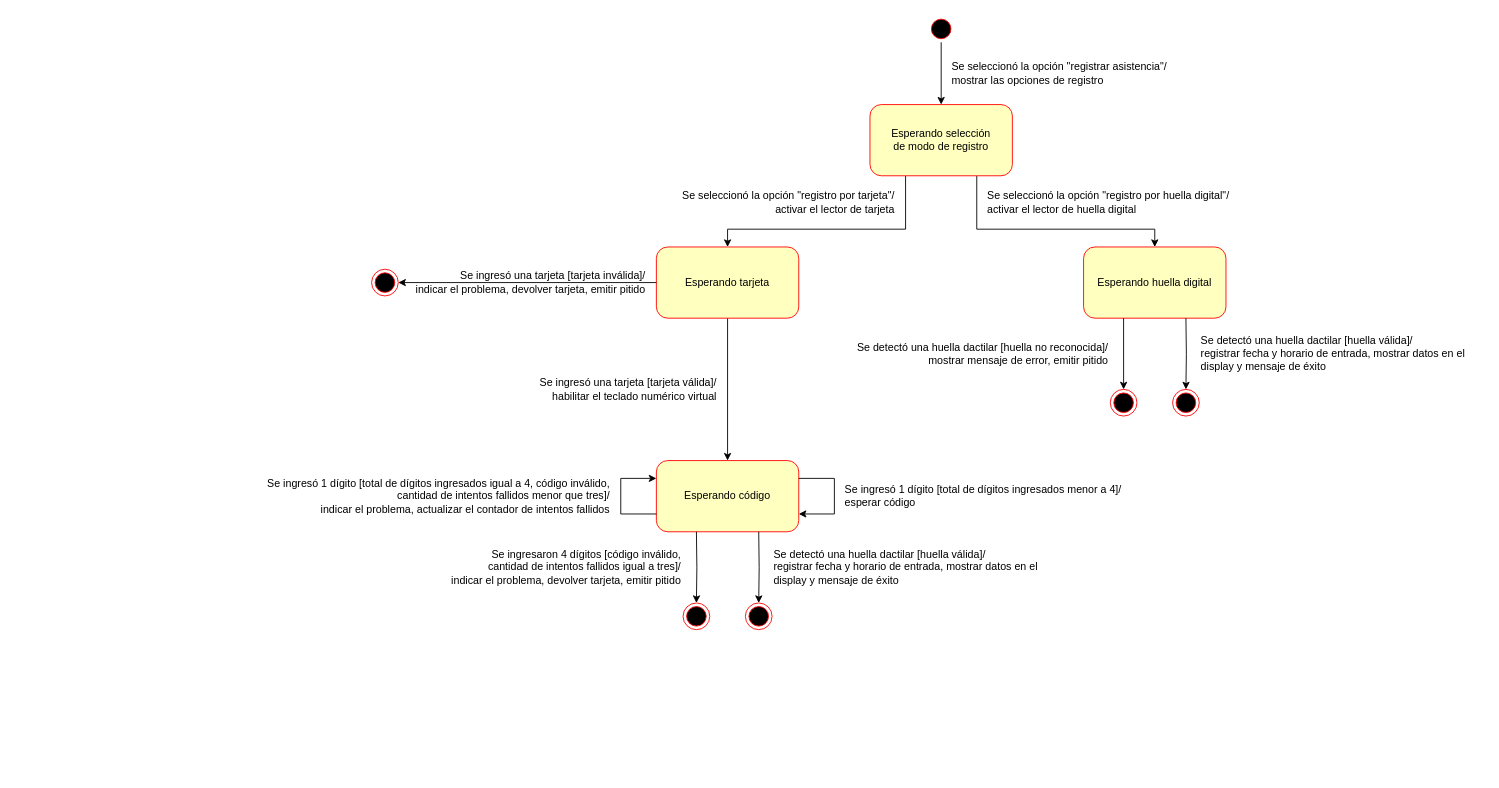
The draw.io diagram ejercicio_5.drawio in mvalleym/ing_software1, before the edit. Source tidied: cells renumbered, new cells numbered last; positions are measured from the earlier drawing's top-left corner, leaving out a move shared by most shapes. Both pictures are drawn from the tidied source at 89%, with x=0, y=0 at pixel (15, 15).
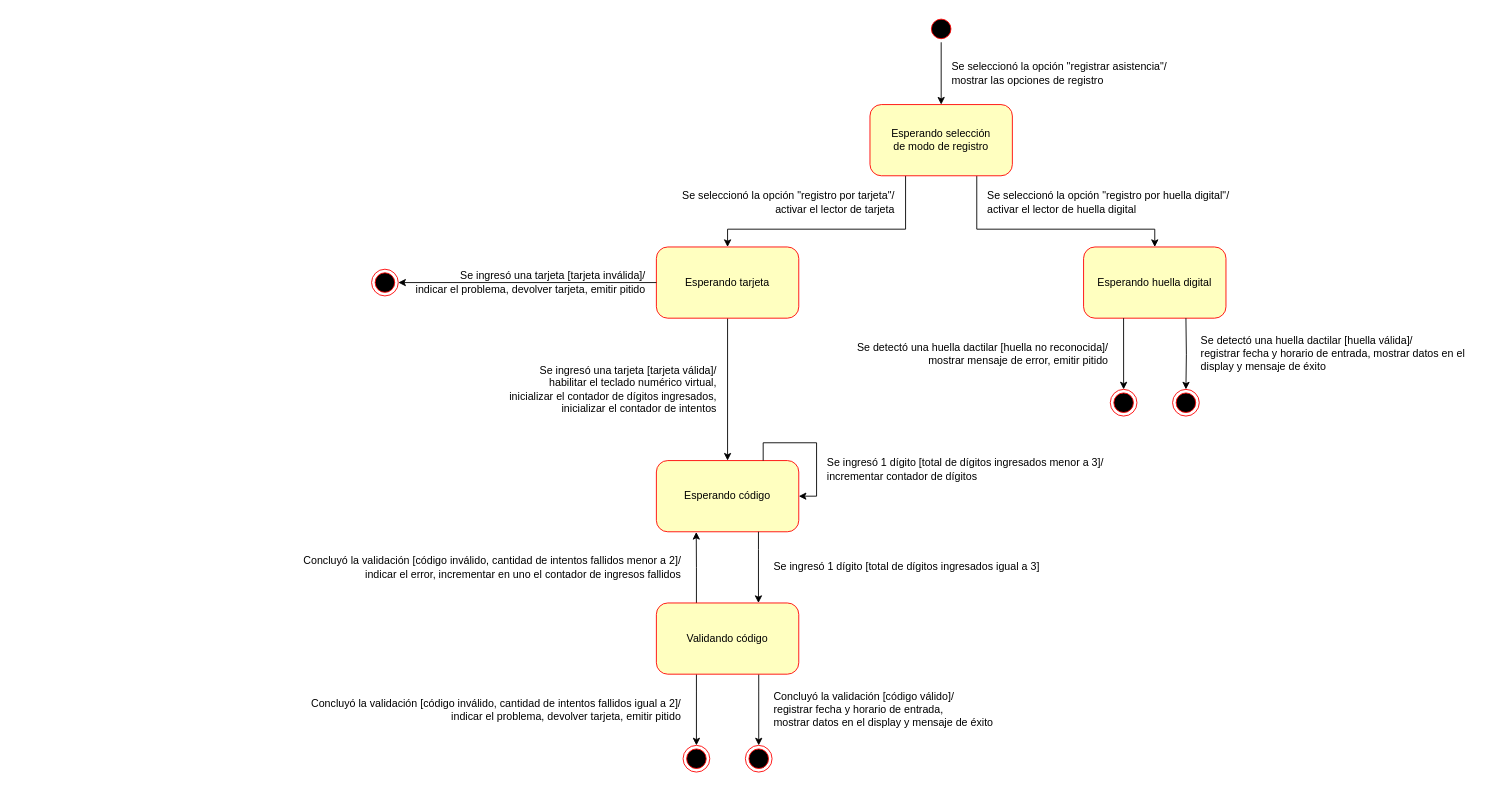
The same diagram, later.

The change refers to these unchanged cells:
```xml
<mxCell id="16" value="Esperando código" style="rounded=1;whiteSpace=wrap;html=1;arcSize=16;fontColor=#000000;fillColor=#ffffc0;strokeColor=#ff0000;" parent="1" vertex="1">
  <mxGeometry x="720" y="500" width="160" height="80" as="geometry" />
</mxCell>
```

The edit, as a diff of the source:
```diff
@@
-    <mxCell id="17" style="edgeStyle=orthogonalEdgeStyle;rounded=0;orthogonalLoop=1;jettySize=auto;html=1;entryX=0;entryY=0.25;entryDx=0;entryDy=0;exitX=0;exitY=0.75;exitDx=0;exitDy=0;" parent="1" edge="1" source="16" target="16">
-      <mxGeometry relative="1" as="geometry">
-        <Array as="points">
-          <mxPoint x="680" y="560" />
-          <mxPoint x="680" y="520" />
-        </Array>
-      </mxGeometry>
-    </mxCell>
@@
-    <mxCell id="20" value="&lt;div align=&quot;right&quot;&gt;Se ingresó una tarjeta [tarjeta válida]/&lt;/div&gt;&lt;div align=&quot;right&quot;&gt;habilitar el teclado numérico virtual&lt;br&gt;&lt;/div&gt;" style="text;html=1;strokeColor=none;fillColor=none;align=right;verticalAlign=middle;whiteSpace=wrap;rounded=0;" parent="1" vertex="1">
-      <mxGeometry x="470" y="400" width="320" height="40" as="geometry" />
+    <mxCell id="20" value="&lt;div align=&quot;right&quot;&gt;Se ingresó una tarjeta [tarjeta válida]/&lt;/div&gt;&lt;div align=&quot;right&quot;&gt;habilitar el teclado numérico virtual,&lt;/div&gt;&lt;div align=&quot;right&quot;&gt;inicializar el contador de dígitos ingresados,&lt;/div&gt;&lt;div align=&quot;right&quot;&gt;inicializar el contador de intentos&lt;br&gt;&lt;/div&gt;" style="text;html=1;strokeColor=none;fillColor=none;align=right;verticalAlign=middle;whiteSpace=wrap;rounded=0;" parent="1" vertex="1">
+      <mxGeometry x="330" y="400" width="460" height="40" as="geometry" />
     </mxCell>
-    <mxCell id="21" value="&lt;div align=&quot;right&quot;&gt;Se ingresó 1 dígito [total de dígitos ingresados igual a 4, código inválido,&lt;/div&gt;&lt;div align=&quot;right&quot;&gt;cantidad de intentos fallidos menor que tres]/&lt;/div&gt;&lt;div align=&quot;right&quot;&gt;indicar el problema, actualizar el contador de intentos fallidos&lt;br&gt;&lt;/div&gt;" style="text;html=1;strokeColor=none;fillColor=none;align=right;verticalAlign=middle;whiteSpace=wrap;rounded=0;" parent="1" vertex="1">
-      <mxGeometry y="520" width="670" height="40" as="geometry" />
-    </mxCell>
     <mxCell id="22" style="ellipse;html=1;shape=endState;fillColor=#000000;strokeColor=#ff0000;" parent="1" vertex="1">
-      <mxGeometry x="750" y="660" width="30" height="30" as="geometry" />
+      <mxGeometry x="750" y="820" width="30" height="30" as="geometry" />
     </mxCell>
-    <mxCell id="23" style="edgeStyle=orthogonalEdgeStyle;rounded=0;jettySize=auto;html=1;" parent="1" edge="1" target="22">
-      <mxGeometry relative="1" as="geometry">
-        <mxPoint x="765" y="580" as="sourcePoint" />
-      </mxGeometry>
-    </mxCell>
     <mxCell id="24" style="ellipse;html=1;shape=endState;fillColor=#000000;strokeColor=#ff0000;" parent="1" vertex="1">
-      <mxGeometry x="820" y="660" width="30" height="30" as="geometry" />
+      <mxGeometry x="820" y="820" width="30" height="30" as="geometry" />
     </mxCell>
-    <mxCell id="25" style="edgeStyle=orthogonalEdgeStyle;rounded=0;jettySize=auto;html=1;" parent="1" edge="1" target="24">
+    <mxCell id="25" style="edgeStyle=orthogonalEdgeStyle;rounded=0;jettySize=auto;html=1;" parent="1" edge="1" source="36" target="24">
       <mxGeometry relative="1" as="geometry">
-        <mxPoint x="835" y="580" as="sourcePoint" />
+        <Array as="points">
+          <mxPoint x="835" y="760" />
+          <mxPoint x="835" y="760" />
+        </Array>
       </mxGeometry>
     </mxCell>
-    <mxCell id="26" value="&lt;div align=&quot;right&quot;&gt;Se ingresaron 4 dígitos [código inválido,&lt;/div&gt;&lt;div align=&quot;right&quot;&gt;cantidad de intentos fallidos igual a tres]/&lt;/div&gt;&lt;div align=&quot;right&quot;&gt;indicar el problema, devolver tarjeta, emitir pitido&lt;br&gt;&lt;/div&gt;" style="text;html=1;strokeColor=none;fillColor=none;align=right;verticalAlign=middle;whiteSpace=wrap;rounded=0;" parent="1" vertex="1">
-      <mxGeometry x="260" y="600" width="490" height="40" as="geometry" />
+    <mxCell id="26" value="Concluyó la validación [código inválido, cantidad de intentos fallidos igual a 2]/&lt;div align=&quot;right&quot;&gt;indicar el problema, devolver tarjeta, emitir pitido&lt;br&gt;&lt;/div&gt;" style="text;html=1;strokeColor=none;fillColor=none;align=right;verticalAlign=middle;whiteSpace=wrap;rounded=0;" parent="1" vertex="1">
+      <mxGeometry x="260" y="760" width="490" height="40" as="geometry" />
     </mxCell>
@@
-    <mxCell id="31" value="&lt;div align=&quot;left&quot;&gt;Se detectó una huella dactilar [huella válida]/&lt;/div&gt;&lt;div align=&quot;left&quot;&gt;registrar fecha y horario de entrada, mostrar datos en el display y mensaje de éxito&lt;br&gt;&lt;/div&gt;" style="text;html=1;strokeColor=none;fillColor=none;align=left;verticalAlign=middle;whiteSpace=wrap;rounded=0;" parent="1" vertex="1">
-      <mxGeometry x="850" y="600" width="320" height="40" as="geometry" />
-    </mxCell>
-    <mxCell id="32" style="edgeStyle=orthogonalEdgeStyle;rounded=0;orthogonalLoop=1;jettySize=auto;html=1;entryX=1;entryY=0.75;entryDx=0;entryDy=0;exitX=1;exitY=0.25;exitDx=0;exitDy=0;" parent="1" edge="1" source="16" target="16">
+    <mxCell id="32" style="edgeStyle=orthogonalEdgeStyle;rounded=0;orthogonalLoop=1;jettySize=auto;html=1;entryX=1;entryY=0.5;entryDx=0;entryDy=0;exitX=0.75;exitY=0;exitDx=0;exitDy=0;" parent="1" edge="1" source="16" target="16">
       <mxGeometry relative="1" as="geometry">
         <Array as="points">
-          <mxPoint x="920" y="520" />
-          <mxPoint x="920" y="560" />
+          <mxPoint x="840" y="480" />
+          <mxPoint x="900" y="480" />
+          <mxPoint x="900" y="540" />
         </Array>
       </mxGeometry>
     </mxCell>
-    <mxCell id="33" value="&lt;div align=&quot;left&quot;&gt;Se ingresó 1 dígito [total de dígitos ingresados menor a 4]/&lt;/div&gt;&lt;div align=&quot;left&quot;&gt;esperar código&lt;br&gt;&lt;/div&gt;" style="text;html=1;strokeColor=none;fillColor=none;align=left;verticalAlign=middle;whiteSpace=wrap;rounded=0;" parent="1" vertex="1">
-      <mxGeometry x="930" y="520" width="350" height="40" as="geometry" />
+    <mxCell id="33" value="&lt;div align=&quot;left&quot;&gt;Se ingresó 1 dígito [total de dígitos ingresados menor a 3]/&lt;/div&gt;&lt;div align=&quot;left&quot;&gt;incrementar contador de dígitos&lt;br&gt;&lt;/div&gt;" style="text;html=1;strokeColor=none;fillColor=none;align=left;verticalAlign=middle;whiteSpace=wrap;rounded=0;" parent="1" vertex="1">
+      <mxGeometry x="910" y="490" width="350" height="40" as="geometry" />
     </mxCell>
+    <mxCell id="34" style="edgeStyle=orthogonalEdgeStyle;rounded=0;jettySize=auto;html=1;" parent="1" edge="1" source="36" target="22">
+      <mxGeometry relative="1" as="geometry">
+        <Array as="points">
+          <mxPoint x="765" y="760" />
+          <mxPoint x="765" y="760" />
+        </Array>
+      </mxGeometry>
+    </mxCell>
+    <mxCell id="35" style="edgeStyle=orthogonalEdgeStyle;rounded=0;jettySize=auto;html=1;entryX=0.28;entryY=1.003;entryDx=0;entryDy=0;entryPerimeter=0;exitX=0.289;exitY=0.011;exitDx=0;exitDy=0;exitPerimeter=0;" parent="1" edge="1" source="36" target="16">
+      <mxGeometry relative="1" as="geometry">
+        <Array as="points">
+          <mxPoint x="765" y="661" />
+          <mxPoint x="765" y="620" />
+        </Array>
+      </mxGeometry>
+    </mxCell>
+    <mxCell id="36" value="Validando código" style="rounded=1;whiteSpace=wrap;html=1;arcSize=16;fontColor=#000000;fillColor=#ffffc0;strokeColor=#ff0000;" parent="1" vertex="1">
+      <mxGeometry x="720" y="660" width="160" height="80" as="geometry" />
+    </mxCell>
+    <mxCell id="37" value="&lt;div align=&quot;left&quot;&gt;Concluyó la validación [código válido]/&lt;/div&gt;&lt;div align=&quot;left&quot;&gt;registrar fecha y horario de entrada,&lt;/div&gt;&lt;div align=&quot;left&quot;&gt;mostrar datos en el display y mensaje de éxito&lt;br&gt;&lt;/div&gt;" style="text;html=1;strokeColor=none;fillColor=none;align=left;verticalAlign=middle;whiteSpace=wrap;rounded=0;" parent="1" vertex="1">
+      <mxGeometry x="850" y="760" width="350" height="40" as="geometry" />
+    </mxCell>
+    <mxCell id="38" style="edgeStyle=orthogonalEdgeStyle;rounded=0;orthogonalLoop=1;jettySize=auto;html=1;" parent="1" edge="1">
+      <mxGeometry relative="1" as="geometry">
+        <mxPoint x="834.7" y="580" as="sourcePoint" />
+        <mxPoint x="834.7" y="660" as="targetPoint" />
+        <Array as="points">
+          <mxPoint x="834.7" y="600" />
+          <mxPoint x="834.7" y="600" />
+        </Array>
+      </mxGeometry>
+    </mxCell>
+    <mxCell id="39" value="&lt;div align=&quot;right&quot;&gt;Concluyó la validación [código inválido, cantidad de intentos fallidos menor a 2]/&lt;/div&gt;&lt;div align=&quot;right&quot;&gt;indicar el error, incrementar en uno el contador de ingresos fallidos&lt;br&gt;&lt;/div&gt;" style="text;html=1;strokeColor=none;fillColor=none;align=right;verticalAlign=middle;whiteSpace=wrap;rounded=0;" parent="1" vertex="1">
+      <mxGeometry x="260" y="600" width="490" height="40" as="geometry" />
+    </mxCell>
+    <mxCell id="40" value="&lt;div align=&quot;left&quot;&gt;Se ingresó 1 dígito [total de dígitos ingresados igual a 3]&lt;/div&gt;" style="text;html=1;strokeColor=none;fillColor=none;align=left;verticalAlign=middle;whiteSpace=wrap;rounded=0;" parent="1" vertex="1">
+      <mxGeometry x="850" y="600" width="350" height="40" as="geometry" />
+    </mxCell>
```
